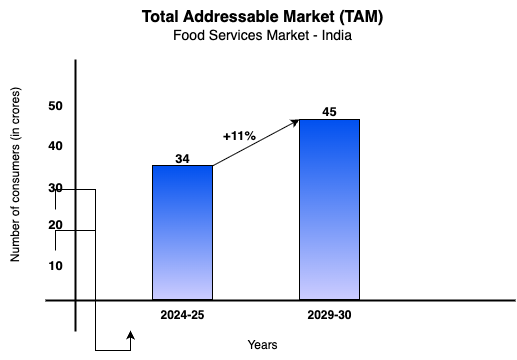
Before: Food services TAM.drawio.png, a diagram exported from draw.io (Aggarwal-Bhavya/Case-Study-Graphs-And-Diagrams). Source tidied: cells renumbered, new cells last; positions are measured from the earlier drawing's top-left corner, leaving out a move shared by most shapes. Source of this version:
```xml
<mxGraphModel background="light-dark(#FFFFFF,#FFFFFF)">
  <root>
    <mxCell id="0" />
    <mxCell id="1" parent="0" />
    <mxCell id="2" style="endArrow=classic;html=1;rounded=0;entryX=1;entryY=0;entryDx=0;entryDy=0;strokeColor=light-dark(#000000,#808080);exitX=0.85;exitY=1.033;exitDx=0;exitDy=0;exitPerimeter=0;" parent="1" edge="1" source="6" target="5">
      <mxGeometry relative="1" as="geometry" />
    </mxCell>
    <mxCell id="3" style="shape=partialRectangle;whiteSpace=wrap;html=1;right=0;top=0;bottom=0;fillColor=none;routingCenterX=-0.5;strokeWidth=2;strokeColor=light-dark(#000000,#0D0D0D);" parent="1" vertex="1">
      <mxGeometry x="160" y="60" width="110" height="270" as="geometry" />
    </mxCell>
    <mxCell id="4" style="rounded=0;whiteSpace=wrap;html=1;rotation=-90;fillColor=#0050EF;fontColor=#ffffff;strokeColor=light-dark(#000000,#0D0D0D);gradientColor=light-dark(#CCCCFF,#9999FF);gradientDirection=west;" parent="1" vertex="1">
      <mxGeometry x="200" y="202" width="134" height="60" as="geometry" />
    </mxCell>
    <mxCell id="5" style="rounded=0;whiteSpace=wrap;html=1;rotation=-90;fillColor=#0050EF;fontColor=#ffffff;strokeColor=light-dark(#000000,#0D0D0D);gradientColor=light-dark(#CCCCFF,#9999FF);gradientDirection=west;" parent="1" vertex="1">
      <mxGeometry x="324" y="179" width="180" height="60" as="geometry" />
    </mxCell>
    <mxCell id="6" value="&lt;font style=&quot;font-size: 13px;&quot;&gt;&lt;b&gt;34&lt;/b&gt;&lt;/font&gt;" style="text;html=1;align=center;verticalAlign=middle;points=[];fontColor=light-dark(#000000,#0D0D0D);" parent="1" vertex="1">
      <mxGeometry x="247" y="143" width="40" height="30" as="geometry" />
    </mxCell>
    <mxCell id="7" value="&lt;font style=&quot;font-size: 13px;&quot;&gt;&lt;b&gt;45&lt;/b&gt;&lt;/font&gt;" style="text;html=1;align=center;verticalAlign=middle;strokeColor=none;fillColor=none;fontColor=light-dark(#000000,#0D0D0D);" parent="1" vertex="1">
      <mxGeometry x="394" y="96" width="40" height="30" as="geometry" />
    </mxCell>
    <mxCell id="8" style="endArrow=none;html=1;rounded=0;strokeWidth=2;strokeColor=light-dark(#000000,#0D0D0D);" parent="1" edge="1">
      <mxGeometry relative="1" as="geometry">
        <mxPoint x="130" y="300" as="sourcePoint" />
        <mxPoint x="600" y="300" as="targetPoint" />
      </mxGeometry>
    </mxCell>
    <mxCell id="9" value="&lt;font style=&quot;color: light-dark(rgb(0, 0, 0), rgb(13, 13, 13));&quot;&gt;&lt;b&gt;2024-25&lt;/b&gt;&lt;/font&gt;" style="text;html=1;align=center;verticalAlign=middle;strokeColor=none;fillColor=none;" parent="1" vertex="1">
      <mxGeometry x="232" y="300" width="70" height="30" as="geometry" />
    </mxCell>
    <mxCell id="10" value="&lt;font style=&quot;color: light-dark(rgb(0, 0, 0), rgb(13, 13, 13));&quot;&gt;&lt;b&gt;2029-30&lt;/b&gt;&lt;/font&gt;" style="text;html=1;align=center;verticalAlign=middle;strokeColor=none;fillColor=none;" parent="1" vertex="1">
      <mxGeometry x="379" y="300" width="70" height="30" as="geometry" />
    </mxCell>
    <mxCell id="11" value="&lt;span style=&quot;font-size: 13px;&quot;&gt;&lt;b&gt;&lt;font style=&quot;color: light-dark(rgb(0, 0, 0), rgb(77, 153, 0));&quot;&gt;+11%&lt;/font&gt;&lt;/b&gt;&lt;/span&gt;" style="text;html=1;align=center;verticalAlign=middle;fontColor=light-dark(#000000,#0D0D0D);" parent="1" vertex="1">
      <mxGeometry x="294" y="120" width="60" height="30" as="geometry" />
    </mxCell>
    <mxCell id="12" style="edgeStyle=orthogonalEdgeStyle;rounded=0;jettySize=auto;html=1;" parent="1" edge="1" source="13" target="3">
      <mxGeometry relative="1" as="geometry" />
    </mxCell>
    <mxCell id="13" value="&lt;span style=&quot;font-size: 13px;&quot;&gt;&lt;b&gt;10&lt;/b&gt;&lt;/span&gt;" style="text;html=1;align=center;verticalAlign=middle;points=[];fontColor=light-dark(#000000,#0D0D0D);" parent="1" vertex="1">
      <mxGeometry x="120" y="250" width="40" height="30" as="geometry" />
    </mxCell>
    <mxCell id="14" style="edgeStyle=orthogonalEdgeStyle;rounded=0;jettySize=auto;html=1;" parent="1" edge="1" source="15" target="3">
      <mxGeometry relative="1" as="geometry" />
    </mxCell>
    <mxCell id="15" value="&lt;span style=&quot;font-size: 13px;&quot;&gt;&lt;b&gt;20&lt;/b&gt;&lt;/span&gt;" style="text;html=1;align=center;verticalAlign=middle;points=[];fontColor=light-dark(#000000,#0D0D0D);" parent="1" vertex="1">
      <mxGeometry x="120" y="209" width="40" height="30" as="geometry" />
    </mxCell>
    <mxCell id="16" value="&lt;b&gt;&lt;span style=&quot;font-size: 13px;&quot;&gt;30&lt;/span&gt;&lt;span style=&quot;color: rgba(0, 0, 0, 0); font-family: monospace; font-size: 0px; text-align: start;&quot;&gt;%3CmxGraphModel%3E%3Croot%3E%3CmxCell%20id%3D%220%22%2F%3E%3CmxCell%20id%3D%221%22%20parent%3D%220%22%2F%3E%3CmxCell%20id%3D%222%22%20value%3D%22%26lt%3Bspan%20style%3D%26quot%3Bfont-size%3A%2013px%3B%26quot%3B%26gt%3B10%26lt%3B%2Fspan%26gt%3B%22%20style%3D%22text%3Bhtml%3D1%3Balign%3Dcenter%3BverticalAlign%3Dmiddle%3Bresizable%3D0%3Bpoints%3D%5B%5D%3Bautosize%3D1%3BfontColor%3Dlight-dark(%23000000%2C%230D0D0D)%3B%22%20vertex%3D%221%22%20parent%3D%221%22%3E%3CmxGeometry%20x%3D%22210%22%20y%3D%22350%22%20width%3D%2240%22%20height%3D%2230%22%20as%3D%22geometry%22%2F%3E%3C%2FmxCell%3E%3C%2Froot%3E%3C%2FmxGraphModel%3E&lt;/span&gt;&lt;/b&gt;" style="text;html=1;align=center;verticalAlign=middle;fontColor=light-dark(#000000,#0D0D0D);" parent="1" vertex="1">
      <mxGeometry x="120" y="172" width="40" height="30" as="geometry" />
    </mxCell>
    <mxCell id="17" value="&lt;span style=&quot;font-size: 13px;&quot;&gt;&lt;b&gt;40&lt;/b&gt;&lt;/span&gt;" style="text;html=1;align=center;verticalAlign=middle;fontColor=light-dark(#000000,#0D0D0D);" parent="1" vertex="1">
      <mxGeometry x="120" y="130" width="40" height="30" as="geometry" />
    </mxCell>
    <mxCell id="18" value="&lt;span style=&quot;font-size: 13px;&quot;&gt;&lt;b&gt;50&lt;/b&gt;&lt;/span&gt;" style="text;html=1;align=center;verticalAlign=middle;fontColor=light-dark(#000000,#0D0D0D);" parent="1" vertex="1">
      <mxGeometry x="120" y="90" width="40" height="30" as="geometry" />
    </mxCell>
    <mxCell id="19" value="&lt;font style=&quot;color: light-dark(rgb(0, 0, 0), rgb(0, 0, 0));&quot;&gt;Number of consumers (in crores)&lt;/font&gt;" style="text;html=1;align=center;verticalAlign=middle;strokeColor=none;fillColor=none;rotation=-90;" parent="1" vertex="1">
      <mxGeometry y="160" width="200" height="30" as="geometry" />
    </mxCell>
    <mxCell id="20" value="&lt;font style=&quot;color: light-dark(rgb(0, 0, 0), rgb(0, 0, 0));&quot;&gt;Years&lt;/font&gt;" style="text;html=1;align=center;verticalAlign=middle;strokeColor=none;fillColor=none;rotation=0;" parent="1" vertex="1">
      <mxGeometry x="322" y="330" width="50" height="30" as="geometry" />
    </mxCell>
    <mxCell id="21" value="&lt;font style=&quot;color: light-dark(rgb(0, 0, 0), rgb(0, 0, 0)); font-size: 16px;&quot;&gt;&lt;b style=&quot;&quot;&gt;Total Addressable Market (TAM)&lt;/b&gt;&lt;/font&gt;&lt;div&gt;&lt;font style=&quot;color: light-dark(rgb(0, 0, 0), rgb(0, 0, 0)); font-size: 14px;&quot;&gt;Food Services Market - India&lt;/font&gt;&lt;/div&gt;" style="text;html=1;align=center;verticalAlign=middle;strokeColor=none;fillColor=none;" parent="1" vertex="1">
      <mxGeometry x="212" width="270" height="50" as="geometry" />
    </mxCell>
  </root>
</mxGraphModel>
```
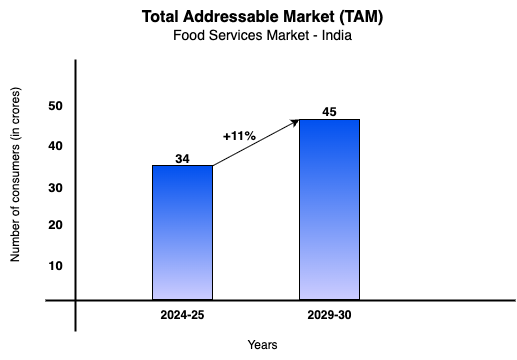
After the commit.

What changed in the source:
```diff
@@ -35,15 +35,9 @@
     <mxCell id="11" value="&lt;span style=&quot;font-size: 13px;&quot;&gt;&lt;b&gt;&lt;font style=&quot;color: light-dark(rgb(0, 0, 0), rgb(77, 153, 0));&quot;&gt;+11%&lt;/font&gt;&lt;/b&gt;&lt;/span&gt;" style="text;html=1;align=center;verticalAlign=middle;fontColor=light-dark(#000000,#0D0D0D);" parent="1" vertex="1">
       <mxGeometry x="294" y="120" width="60" height="30" as="geometry" />
     </mxCell>
-    <mxCell id="12" style="edgeStyle=orthogonalEdgeStyle;rounded=0;jettySize=auto;html=1;" parent="1" edge="1" source="13" target="3">
-      <mxGeometry relative="1" as="geometry" />
-    </mxCell>
     <mxCell id="13" value="&lt;span style=&quot;font-size: 13px;&quot;&gt;&lt;b&gt;10&lt;/b&gt;&lt;/span&gt;" style="text;html=1;align=center;verticalAlign=middle;points=[];fontColor=light-dark(#000000,#0D0D0D);" parent="1" vertex="1">
       <mxGeometry x="120" y="250" width="40" height="30" as="geometry" />
     </mxCell>
-    <mxCell id="14" style="edgeStyle=orthogonalEdgeStyle;rounded=0;jettySize=auto;html=1;" parent="1" edge="1" source="15" target="3">
-      <mxGeometry relative="1" as="geometry" />
-    </mxCell>
     <mxCell id="15" value="&lt;span style=&quot;font-size: 13px;&quot;&gt;&lt;b&gt;20&lt;/b&gt;&lt;/span&gt;" style="text;html=1;align=center;verticalAlign=middle;points=[];fontColor=light-dark(#000000,#0D0D0D);" parent="1" vertex="1">
       <mxGeometry x="120" y="209" width="40" height="30" as="geometry" />
     </mxCell>
```
